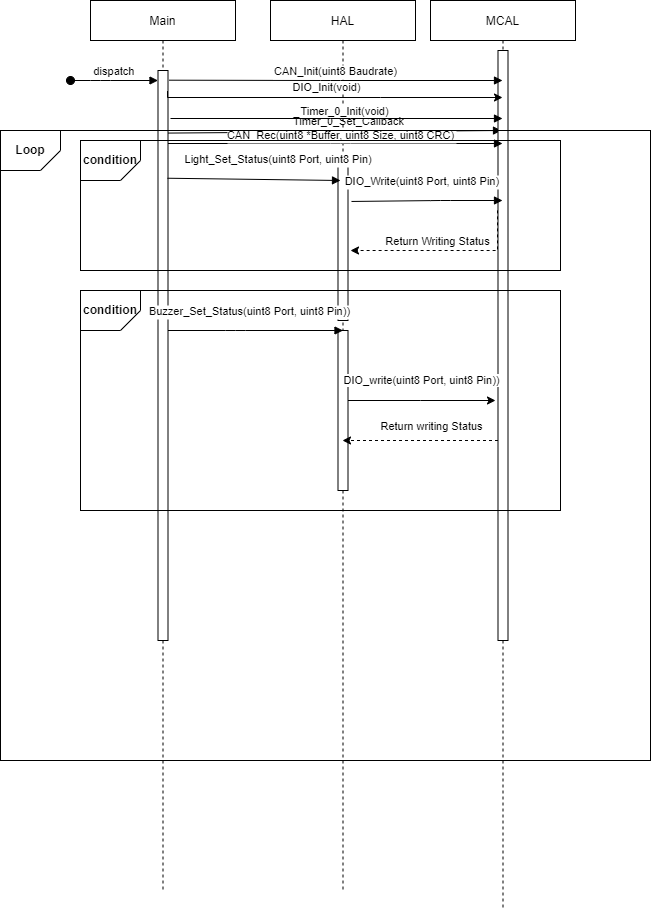
MohamedAshrafKhedr/Sprints_ARM_MC02-MA- keeps this draw.io diagram as Embedded Systems Design Project/Screen_Shots/Sequence Diagram (ECU_2).png. Above is the earlier version. Source tidied: cells renumbered, new cells last; positions are measured from the earlier drawing's top-left corner, leaving out a move shared by most shapes.
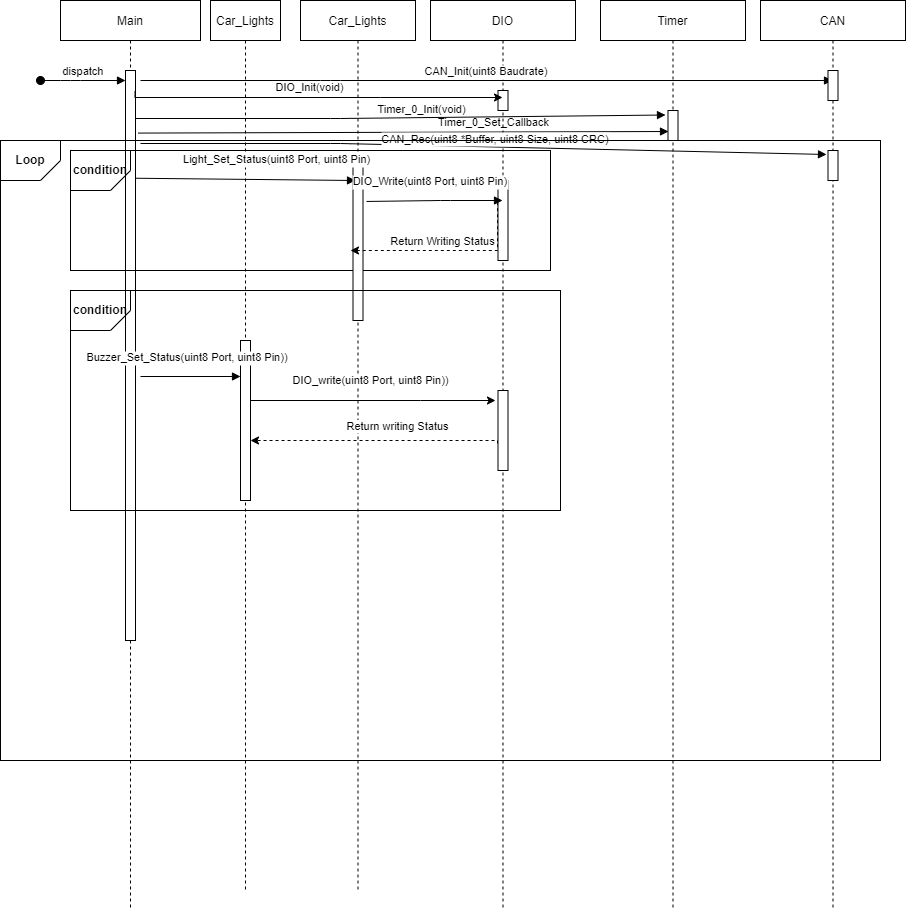
After the change.

The edit, as a diff of the source:
```diff
@@ -3,10 +3,10 @@
     <mxCell id="0" />
     <mxCell id="1" parent="0" />
     <mxCell id="2" value="Main" style="shape=umlLifeline;perimeter=lifelinePerimeter;rounded=0;shadow=0;strokeWidth=1;" parent="1" vertex="1">
-      <mxGeometry x="90" width="145" height="890" as="geometry" />
+      <mxGeometry x="60" width="140" height="910" as="geometry" />
     </mxCell>
     <mxCell id="3" style="points=[];perimeter=orthogonalPerimeter;rounded=0;shadow=0;strokeWidth=1;" parent="2" vertex="1">
-      <mxGeometry x="67.5" y="70" width="10" height="570" as="geometry" />
+      <mxGeometry x="65" y="70" width="10" height="570" as="geometry" />
     </mxCell>
     <mxCell id="4" value="dispatch" style="verticalAlign=bottom;startArrow=oval;endArrow=block;startSize=8;shadow=0;strokeWidth=1;" parent="2" edge="1" target="3">
       <mxGeometry relative="1" as="geometry">
@@ -16,10 +16,9 @@
         </Array>
       </mxGeometry>
     </mxCell>
-    <mxCell id="5" style="verticalAlign=bottom;endArrow=block;shadow=0;strokeWidth=1;exitX=1.1;exitY=0.017;exitDx=0;exitDy=0;exitPerimeter=0;" parent="2" edge="1">
+    <mxCell id="5" style="verticalAlign=bottom;endArrow=block;shadow=0;strokeWidth=1;exitX=1.1;exitY=0.017;exitDx=0;exitDy=0;exitPerimeter=0;entryX=0.05;entryY=0.7;entryDx=0;entryDy=0;entryPerimeter=0;" parent="2" edge="1" target="39">
       <mxGeometry x="0.03" y="-1" relative="1" as="geometry">
         <mxPoint x="77.5" y="132.6" as="sourcePoint" />
-        <mxPoint x="411" y="130" as="targetPoint" />
       </mxGeometry>
     </mxCell>
     <mxCell id="6" value="Timer_0_Set_Callback" style="edgeLabel;html=1;align=center;verticalAlign=middle;" parent="5" vertex="1">
@@ -27,42 +26,55 @@
         <mxPoint x="-117" y="-10" as="offset" />
       </mxGeometry>
     </mxCell>
+    <mxCell id="29" style="rounded=0;whiteSpace=wrap;html=1;fillColor=none;" parent="2" vertex="1">
+      <mxGeometry x="10" y="150" width="480" height="120" as="geometry" />
+    </mxCell>
+    <mxCell id="20" value="&lt;b&gt;condition&lt;/b&gt;" style="verticalLabelPosition=middle;verticalAlign=middle;html=1;shape=card;whiteSpace=wrap;size=20;arcSize=12;fillColor=none;direction=west;align=center;labelPosition=center;" parent="2" vertex="1">
+      <mxGeometry x="10" y="150" width="60" height="40" as="geometry" />
+    </mxCell>
+    <mxCell id="31" style="edgeStyle=orthogonalEdgeStyle;rounded=0;orthogonalLoop=1;jettySize=auto;html=1;exitX=0.5;exitY=0;exitDx=0;exitDy=0;exitPerimeter=0;" parent="2" edge="1" source="20" target="20">
+      <mxGeometry relative="1" as="geometry" />
+    </mxCell>
-    <mxCell id="7" value="HAL" style="shape=umlLifeline;perimeter=lifelinePerimeter;rounded=0;shadow=0;strokeWidth=1;" parent="1" vertex="1">
-      <mxGeometry x="270" width="145" height="890" as="geometry" />
+    <mxCell id="7" value="Car_Lights" style="shape=umlLifeline;perimeter=lifelinePerimeter;rounded=0;shadow=0;strokeWidth=1;" parent="1" vertex="1">
+      <mxGeometry x="300" width="115" height="890" as="geometry" />
     </mxCell>
     <mxCell id="8" style="points=[];perimeter=orthogonalPerimeter;rounded=0;shadow=0;strokeWidth=1;" parent="7" vertex="1">
-      <mxGeometry x="67.5" y="160" width="10" height="160" as="geometry" />
+      <mxGeometry x="52.5" y="160" width="10" height="160" as="geometry" />
     </mxCell>
+    <mxCell id="32" value="Car_Lights" style="shape=umlLifeline;perimeter=lifelinePerimeter;rounded=0;shadow=0;strokeWidth=1;" parent="1" vertex="1">
+      <mxGeometry x="210" width="70" height="890" as="geometry" />
+    </mxCell>
-    <mxCell id="9" style="points=[];perimeter=orthogonalPerimeter;rounded=0;shadow=0;strokeWidth=1;" parent="7" vertex="1">
-      <mxGeometry x="67.5" y="330" width="10" height="160" as="geometry" />
+    <mxCell id="9" style="points=[];perimeter=orthogonalPerimeter;rounded=0;shadow=0;strokeWidth=1;" parent="32" vertex="1">
+      <mxGeometry x="30" y="340" width="10" height="160" as="geometry" />
     </mxCell>
-    <mxCell id="10" value="MCAL" style="shape=umlLifeline;perimeter=lifelinePerimeter;rounded=0;shadow=0;strokeWidth=1;" parent="1" vertex="1">
+    <mxCell id="10" value="DIO" style="shape=umlLifeline;perimeter=lifelinePerimeter;rounded=0;shadow=0;strokeWidth=1;" parent="1" vertex="1">
       <mxGeometry x="430" width="145" height="910" as="geometry" />
     </mxCell>
+    <mxCell id="12" style="rounded=0;whiteSpace=wrap;html=1;fillColor=none;" parent="10" vertex="1">
+      <mxGeometry x="-360" y="290" width="490" height="220" as="geometry" />
+    </mxCell>
     <mxCell id="11" style="points=[];perimeter=orthogonalPerimeter;rounded=0;shadow=0;strokeWidth=1;" parent="10" vertex="1">
-      <mxGeometry x="67.5" y="50" width="10" height="590" as="geometry" />
+      <mxGeometry x="67.5" y="180" width="10" height="80" as="geometry" />
     </mxCell>
-    <mxCell id="12" style="rounded=0;whiteSpace=wrap;html=1;fillColor=none;" parent="10" vertex="1">
-      <mxGeometry x="-350" y="290" width="480" height="220" as="geometry" />
-    </mxCell>
-    <mxCell id="13" value="&lt;b&gt;condition&lt;/b&gt;" style="verticalLabelPosition=middle;verticalAlign=middle;html=1;shape=card;whiteSpace=wrap;size=20;arcSize=12;fillColor=none;direction=west;align=center;labelPosition=center;" parent="10" vertex="1">
-      <mxGeometry x="-350" y="290" width="60" height="40" as="geometry" />
-    </mxCell>
+    <mxCell id="33" style="perimeter=orthogonalPerimeter;rounded=0;shadow=0;strokeWidth=1;" parent="10" vertex="1">
+      <mxGeometry x="67.5" y="90" width="10" height="20" as="geometry" />
+    </mxCell>
+    <mxCell id="34" style="points=[];perimeter=orthogonalPerimeter;rounded=0;shadow=0;strokeWidth=1;" parent="10" vertex="1">
+      <mxGeometry x="67.5" y="390" width="10" height="80" as="geometry" />
+    </mxCell>
+    <mxCell id="15" value="Buzzer_Set_Status(uint8 Port, uint8 Pin))" style="verticalAlign=bottom;endArrow=block;entryX=0;entryY=0.225;shadow=0;strokeWidth=1;entryDx=0;entryDy=0;entryPerimeter=0;" parent="10" edge="1" target="9">
+      <mxGeometry x="-0.06" y="10" relative="1" as="geometry">
+        <mxPoint x="-290" y="376" as="sourcePoint" />
+      </mxGeometry>
+    </mxCell>
-    <mxCell id="14" value="CAN_Init(uint8 Baudrate)" style="verticalAlign=bottom;endArrow=block;shadow=0;strokeWidth=1;exitX=1.1;exitY=0.017;exitDx=0;exitDy=0;exitPerimeter=0;" parent="1" edge="1" source="3" target="10">
+    <mxCell id="14" value="CAN_Init(uint8 Baudrate)" style="verticalAlign=bottom;endArrow=block;shadow=0;strokeWidth=1;" parent="1" edge="1" target="35">
       <mxGeometry relative="1" as="geometry">
+        <mxPoint x="140" y="80" as="sourcePoint" />
         <Array as="points">
           <mxPoint x="330" y="80" />
         </Array>
       </mxGeometry>
     </mxCell>
-    <mxCell id="15" value="Buzzer_Set_Status(uint8 Port, uint8 Pin))" style="verticalAlign=bottom;endArrow=block;entryX=0;entryY=0;shadow=0;strokeWidth=1;" parent="1" edge="1" source="3">
-      <mxGeometry x="-0.06" y="10" relative="1" as="geometry">
-        <mxPoint x="342.5" y="330" as="targetPoint" />
-        <Array as="points">
-          <mxPoint x="235" y="330" />
-        </Array>
-      </mxGeometry>
-    </mxCell>
     <mxCell id="16" value="&lt;span style=&quot;color: rgb(0, 0, 0); font-family: Helvetica; font-size: 11px; font-style: normal; font-variant-ligatures: normal; font-variant-caps: normal; font-weight: 400; letter-spacing: normal; orphans: 2; text-align: center; text-indent: 0px; text-transform: none; widows: 2; word-spacing: 0px; -webkit-text-stroke-width: 0px; background-color: rgb(255, 255, 255); text-decoration-thickness: initial; text-decoration-style: initial; text-decoration-color: initial; float: none; display: inline !important;&quot;&gt;DIO_write(uint8 Port, uint8 Pin))&lt;/span&gt;" style="edgeStyle=orthogonalEdgeStyle;rounded=0;jettySize=auto;html=1;" parent="1" edge="1" source="9">
       <mxGeometry x="-0.02" y="20" relative="1" as="geometry">
         <mxPoint x="495" y="400" as="targetPoint" />
@@ -80,25 +92,8 @@
         </Array>
       </mxGeometry>
     </mxCell>
-    <mxCell id="18" style="edgeStyle=orthogonalEdgeStyle;rounded=0;jettySize=auto;html=1;dashed=1;" parent="1" edge="1" source="11" target="7">
-      <mxGeometry relative="1" as="geometry">
-        <Array as="points">
-          <mxPoint x="420" y="440" />
-          <mxPoint x="420" y="440" />
-        </Array>
-      </mxGeometry>
-    </mxCell>
-    <mxCell id="19" value="Return writing Status" style="edgeLabel;html=1;align=center;verticalAlign=middle;" parent="18" vertex="1">
-      <mxGeometry x="-0.22" y="1" relative="1" as="geometry">
-        <mxPoint x="-7" y="-16" as="offset" />
-      </mxGeometry>
-    </mxCell>
-    <mxCell id="20" value="&lt;b&gt;condition&lt;/b&gt;" style="verticalLabelPosition=middle;verticalAlign=middle;html=1;shape=card;whiteSpace=wrap;size=20;arcSize=12;fillColor=none;direction=west;align=center;labelPosition=center;" parent="1" vertex="1">
-      <mxGeometry x="80" y="140" width="60" height="40" as="geometry" />
-    </mxCell>
-    <mxCell id="21" style="verticalAlign=bottom;endArrow=block;shadow=0;strokeWidth=1;" parent="1" edge="1" target="10">
+    <mxCell id="21" style="verticalAlign=bottom;endArrow=block;shadow=0;strokeWidth=1;entryX=-0.25;entryY=0.15;entryDx=0;entryDy=0;entryPerimeter=0;" parent="1" edge="1" source="3" target="39">
       <mxGeometry relative="1" as="geometry">
-        <mxPoint x="170" y="118" as="sourcePoint" />
         <Array as="points">
           <mxPoint x="340" y="118" />
         </Array>
@@ -109,8 +104,9 @@
         <mxPoint x="-17" y="-6" as="offset" />
       </mxGeometry>
     </mxCell>
-    <mxCell id="23" value="CAN_Rec(uint8 *Buffer, uint8 Size, uint8 CRC)" style="verticalAlign=bottom;endArrow=block;shadow=0;strokeWidth=1;" parent="1" edge="1" source="3" target="10">
+    <mxCell id="23" value="CAN_Rec(uint8 *Buffer, uint8 Size, uint8 CRC)" style="verticalAlign=bottom;endArrow=block;shadow=0;strokeWidth=1;entryX=-0.15;entryY=0.133;entryDx=0;entryDy=0;entryPerimeter=0;" parent="1" edge="1" target="37">
       <mxGeometry x="0.03" y="-1" relative="1" as="geometry">
+        <mxPoint x="140" y="143" as="sourcePoint" />
         <Array as="points">
           <mxPoint x="340" y="143" />
         </Array>
@@ -139,14 +135,41 @@
         <mxPoint x="-28" y="-11" as="offset" />
       </mxGeometry>
     </mxCell>
+    <mxCell id="35" value="CAN" style="shape=umlLifeline;perimeter=lifelinePerimeter;rounded=0;shadow=0;strokeWidth=1;" parent="1" vertex="1">
+      <mxGeometry x="760" width="145" height="910" as="geometry" />
+    </mxCell>
+    <mxCell id="36" style="perimeter=orthogonalPerimeter;rounded=0;shadow=0;strokeWidth=1;" parent="35" vertex="1">
+      <mxGeometry x="67.5" y="70" width="10" height="30" as="geometry" />
+    </mxCell>
+    <mxCell id="37" style="points=[];perimeter=orthogonalPerimeter;rounded=0;shadow=0;strokeWidth=1;" parent="35" vertex="1">
+      <mxGeometry x="67.5" y="150" width="10" height="30" as="geometry" />
+    </mxCell>
+    <mxCell id="38" value="Timer" style="shape=umlLifeline;perimeter=lifelinePerimeter;rounded=0;shadow=0;strokeWidth=1;" parent="1" vertex="1">
+      <mxGeometry x="600" width="145" height="910" as="geometry" />
+    </mxCell>
+    <mxCell id="39" style="points=[];perimeter=orthogonalPerimeter;rounded=0;shadow=0;strokeWidth=1;" parent="38" vertex="1">
+      <mxGeometry x="67.5" y="110" width="10" height="30" as="geometry" />
+    </mxCell>
+    <mxCell id="18" style="edgeStyle=orthogonalEdgeStyle;rounded=0;jettySize=auto;html=1;dashed=1;exitX=-0.05;exitY=0.663;exitDx=0;exitDy=0;exitPerimeter=0;" parent="1" edge="1" source="34" target="9">
+      <mxGeometry relative="1" as="geometry">
+        <Array as="points">
+          <mxPoint x="497" y="440" />
+        </Array>
+      </mxGeometry>
+    </mxCell>
+    <mxCell id="19" value="Return writing Status" style="edgeLabel;html=1;align=center;verticalAlign=middle;" parent="18" vertex="1">
+      <mxGeometry x="-0.22" y="1" relative="1" as="geometry">
+        <mxPoint x="-7" y="-16" as="offset" />
+      </mxGeometry>
+    </mxCell>
+    <mxCell id="13" value="&lt;b&gt;condition&lt;/b&gt;" style="verticalLabelPosition=middle;verticalAlign=middle;html=1;shape=card;whiteSpace=wrap;size=20;arcSize=12;fillColor=none;direction=west;align=center;labelPosition=center;" parent="1" vertex="1">
+      <mxGeometry x="70" y="290" width="60" height="40" as="geometry" />
+    </mxCell>
+    <mxCell id="30" style="rounded=0;whiteSpace=wrap;html=1;fillColor=none;" parent="1" vertex="1">
+      <mxGeometry y="140" width="880" height="620" as="geometry" />
+    </mxCell>
     <mxCell id="28" value="&lt;b&gt;Loop&lt;/b&gt;" style="verticalLabelPosition=middle;verticalAlign=middle;html=1;shape=card;whiteSpace=wrap;size=20;arcSize=12;fillColor=none;direction=west;align=center;labelPosition=center;" parent="1" vertex="1">
-      <mxGeometry y="130" width="60" height="40" as="geometry" />
+      <mxGeometry y="140" width="60" height="40" as="geometry" />
     </mxCell>
-    <mxCell id="29" style="rounded=0;whiteSpace=wrap;html=1;fillColor=none;" parent="1" vertex="1">
-      <mxGeometry x="80" y="140" width="480" height="130" as="geometry" />
-    </mxCell>
-    <mxCell id="30" style="rounded=0;whiteSpace=wrap;html=1;fillColor=none;" parent="1" vertex="1">
-      <mxGeometry y="130" width="650" height="630" as="geometry" />
-    </mxCell>
   </root>
 </mxGraphModel>
```
